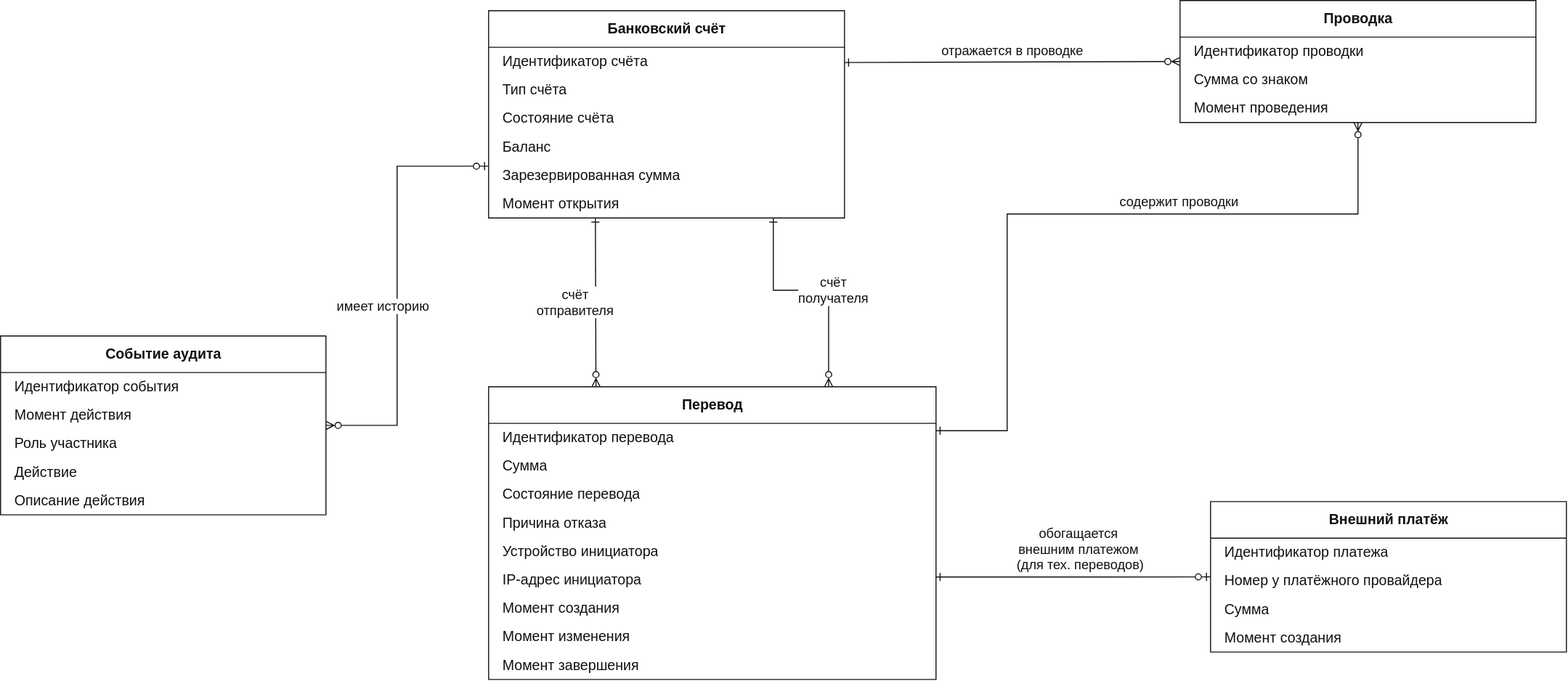
Earlier version of the draw.io export backend/docs/data-models/compiled/infologic/infologic-money.svg (georgeboiko/e-bank). Source tidied: cells renumbered, new cells last; positions are measured from the earlier drawing's top-left corner, leaving out a move shared by most shapes.
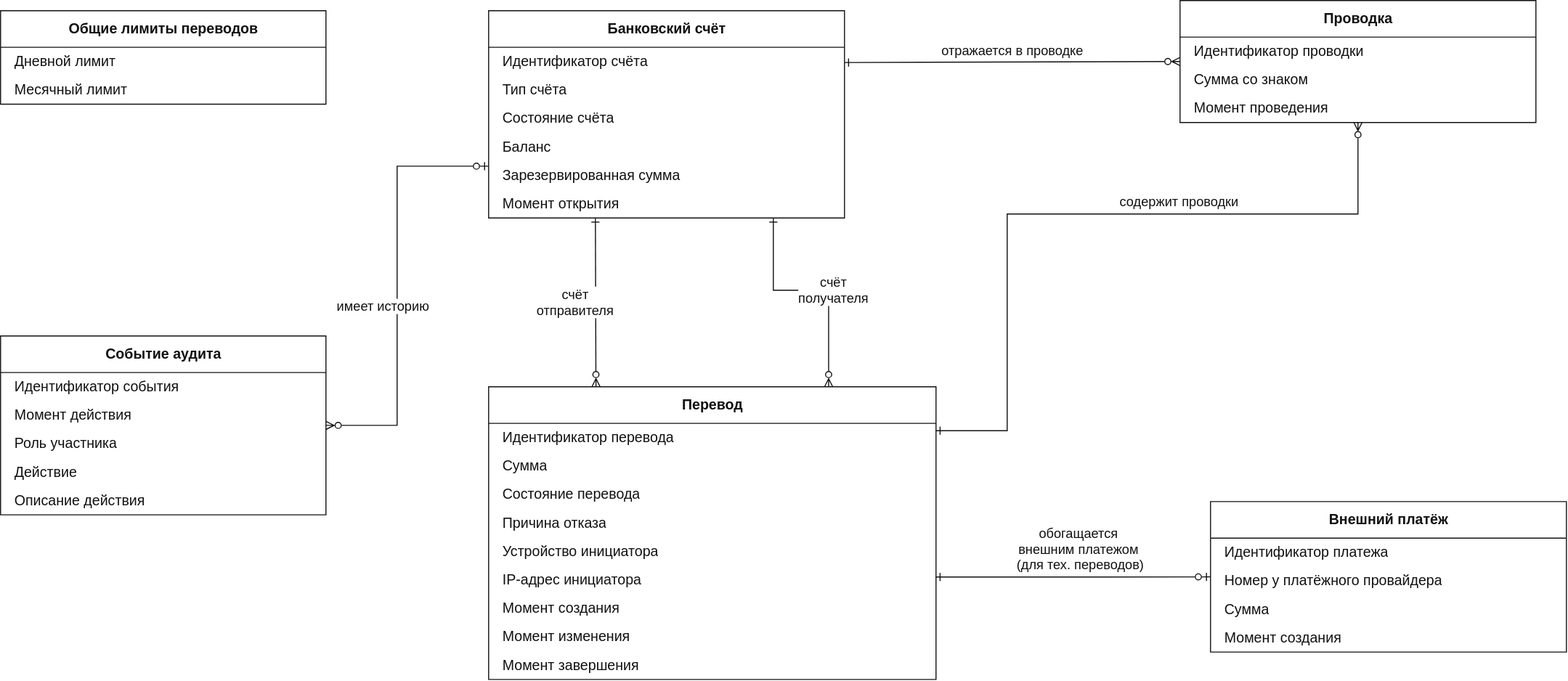
After the commit.

Change to the diagram source:
```diff
@@ -231,5 +231,20 @@
         </Array>
       </mxGeometry>
     </mxCell>
+    <mxCell id="67" value="Общие лимиты переводов" style="shape=table;startSize=36;rowLines=0;fontStyle=1;align=center;html=1;fillColor=#FFFFFF;strokeColor=#111111;fontColor=#111111;fontSize=14;" parent="1" vertex="1">
+      <mxGeometry y="10" width="320" height="92" as="geometry" />
+    </mxCell>
+    <mxCell id="68" style="shape=tableRow;horizontal=0;startSize=0;swimlaneHead=0;swimlaneBody=0;fillColor=none;strokeColor=none;top=0;left=0;right=0;bottom=0;" parent="67" vertex="1">
+      <mxGeometry y="36" width="320" height="28" as="geometry" />
+    </mxCell>
+    <mxCell id="69" value="Дневной лимит" style="shape=partialRectangle;html=1;whiteSpace=wrap;fillColor=none;strokeColor=none;fontColor=#111111;fontSize=14;fontStyle=0;align=left;verticalAlign=middle;spacingLeft=12;top=0;left=0;bottom=0;right=0;overflow=hidden;" parent="68" vertex="1">
+      <mxGeometry width="320" height="28" as="geometry" />
+    </mxCell>
+    <mxCell id="70" style="shape=tableRow;horizontal=0;startSize=0;swimlaneHead=0;swimlaneBody=0;fillColor=none;strokeColor=none;top=0;left=0;right=0;bottom=0;" parent="67" vertex="1">
+      <mxGeometry y="64" width="320" height="28" as="geometry" />
+    </mxCell>
+    <mxCell id="71" value="Месячный лимит" style="shape=partialRectangle;html=1;whiteSpace=wrap;fillColor=none;strokeColor=none;fontColor=#111111;fontSize=14;fontStyle=0;align=left;verticalAlign=middle;spacingLeft=12;top=0;left=0;bottom=0;right=0;overflow=hidden;" parent="70" vertex="1">
+      <mxGeometry width="320" height="28" as="geometry" />
+    </mxCell>
   </root>
 </mxGraphModel>
```
